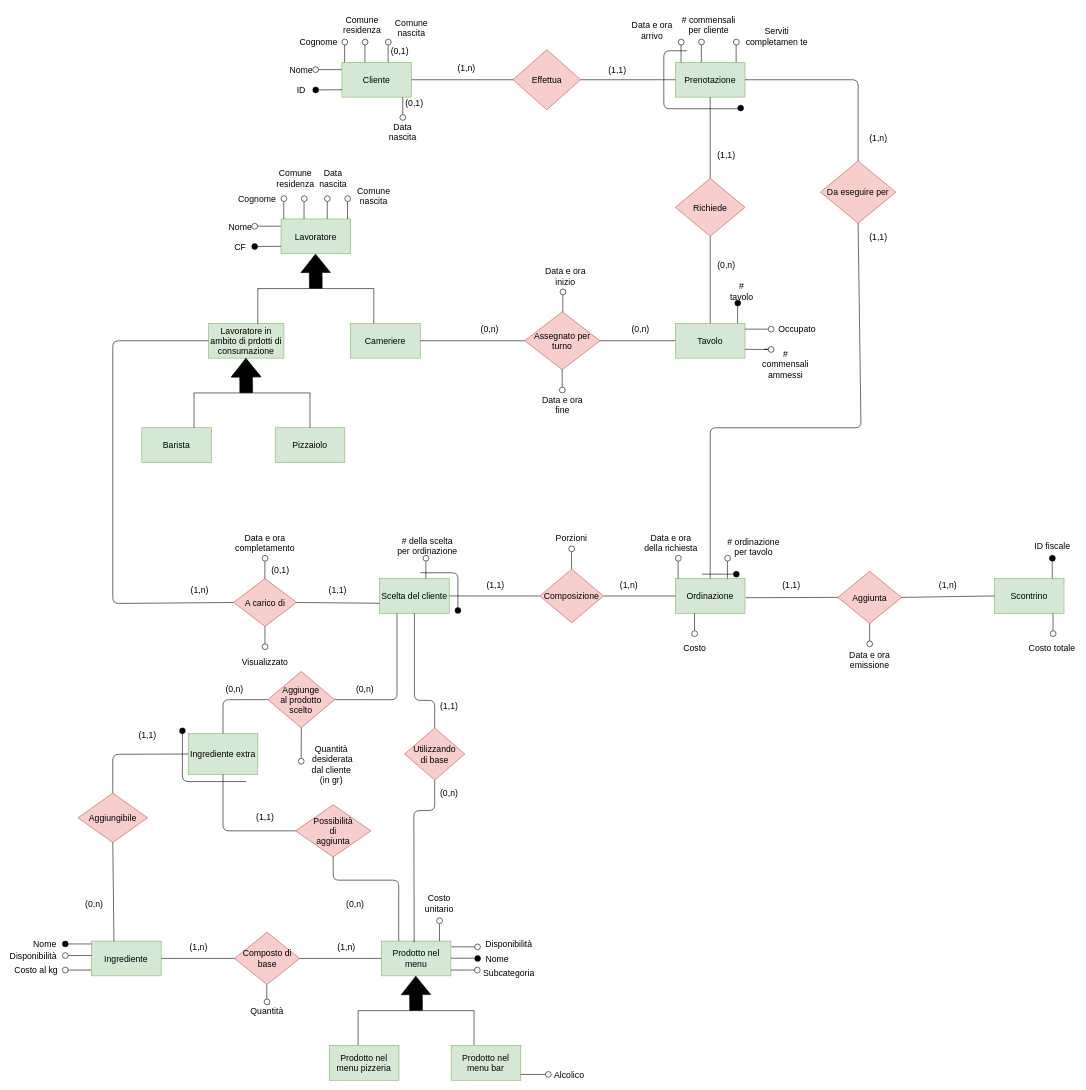
This is ERD/ERD_EditableDiagram.drawio from StefanoBelli/pizzeria, a draw.io file, before an edit. Source tidied: cells renumbered, new cells numbered last; positions are measured from the earlier drawing's top-left corner, leaving out a move shared by most shapes. Both pictures are drawn from the tidied source at 58%, with x=0, y=0 at pixel (10, 19).
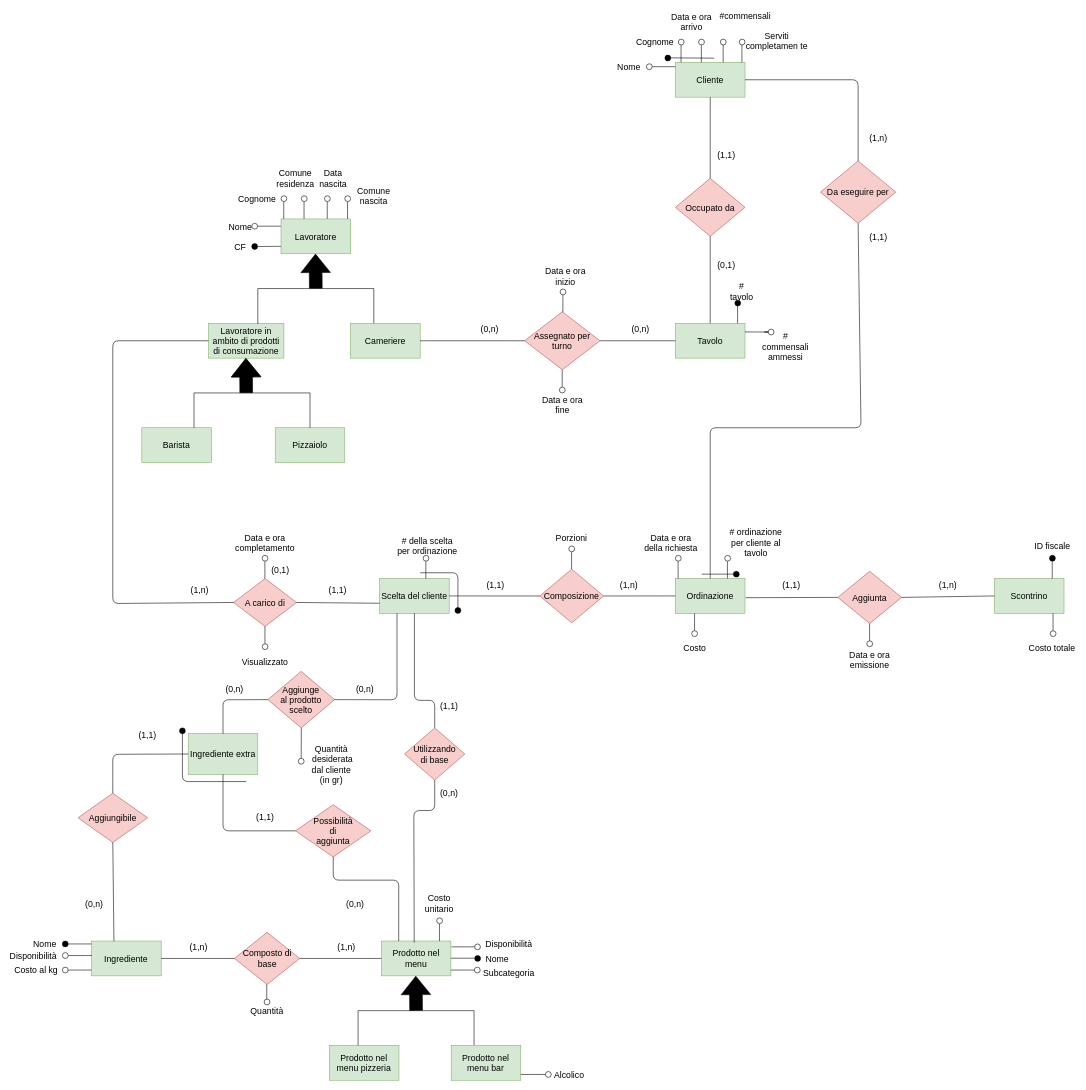
After the change.

What changed in the source:
```diff
@@
-    <mxCell id="2" value="Cliente" style="rounded=0;whiteSpace=wrap;html=1;fontSize=15;fillColor=#d5e8d4;strokeColor=#82b366;" parent="1" vertex="1">
-      <mxGeometry x="572" y="75" width="120" height="60" as="geometry" />
-    </mxCell>
-    <mxCell id="3" value="Effettua" style="rhombus;whiteSpace=wrap;html=1;fontSize=15;fillColor=#f8cecc;strokeColor=#b85450;" parent="1" vertex="1">
-      <mxGeometry x="867" y="53.1" width="116.6" height="103.8" as="geometry" />
-    </mxCell>
-    <mxCell id="4" value="Prenotazione" style="rounded=0;whiteSpace=wrap;html=1;strokeWidth=1;fontSize=15;fillColor=#d5e8d4;strokeColor=#82b366;" parent="1" vertex="1">
+    <mxCell id="4" value="Cliente" style="rounded=0;whiteSpace=wrap;html=1;strokeWidth=1;fontSize=15;fillColor=#d5e8d4;strokeColor=#82b366;" parent="1" vertex="1">
       <mxGeometry x="1147" y="75" width="120" height="60" as="geometry" />
     </mxCell>
-    <mxCell id="5" value="Richiede" style="rhombus;whiteSpace=wrap;html=1;fontSize=15;fillColor=#f8cecc;strokeColor=#b85450;" parent="1" vertex="1">
+    <mxCell id="5" value="Occupato da" style="rhombus;whiteSpace=wrap;html=1;fontSize=15;fillColor=#f8cecc;strokeColor=#b85450;" parent="1" vertex="1">
       <mxGeometry x="1147" y="275" width="120" height="100" as="geometry" />
     </mxCell>
@@
-    <mxCell id="10" value="Lavoratore in ambito di prdotti di consumazione" style="rounded=0;whiteSpace=wrap;html=1;fontSize=15;fillColor=#d5e8d4;strokeColor=#82b366;" parent="1" vertex="1">
+    <mxCell id="10" value="Lavoratore in ambito di prodotti di consumazione" style="rounded=0;whiteSpace=wrap;html=1;fontSize=15;fillColor=#d5e8d4;strokeColor=#82b366;" parent="1" vertex="1">
       <mxGeometry x="342" y="525" width="130" height="60" as="geometry" />
     </mxCell>
@@
-    <mxCell id="13" value="&lt;div&gt;&lt;br&gt;&lt;/div&gt;" style="endArrow=none;html=1;entryX=0;entryY=0.5;entryDx=0;entryDy=0;exitX=1;exitY=0.5;exitDx=0;exitDy=0;" parent="1" edge="1" source="2" target="3">
-      <mxGeometry relative="1" as="geometry" />
-    </mxCell>
-    <mxCell id="14" style="endArrow=none;html=1;entryX=0;entryY=0.5;entryDx=0;entryDy=0;exitX=1;exitY=0.5;exitDx=0;exitDy=0;" parent="1" edge="1" source="3" target="4">
-      <mxGeometry relative="1" as="geometry" />
-    </mxCell>
@@
     <mxCell id="55" style="endArrow=none;html=1;fillColor=#000000;fontSize=15;" parent="1" edge="1">
       <mxGeometry relative="1" as="geometry">
-        <mxPoint x="576.7" y="75" as="sourcePoint" />
-        <mxPoint x="576.7" y="45" as="targetPoint" />
+        <mxPoint x="1156.7" y="75" as="sourcePoint" />
+        <mxPoint x="1156.7" y="45" as="targetPoint" />
       </mxGeometry>
     </mxCell>
     <mxCell id="56" style="ellipse;whiteSpace=wrap;html=1;fontSize=15;" parent="1" vertex="1">
-      <mxGeometry x="572" y="35" width="10" height="10" as="geometry" />
+      <mxGeometry x="1152" y="35" width="10" height="10" as="geometry" />
     </mxCell>
     <mxCell id="57" value="&lt;div style=&quot;font-size: 15px;&quot;&gt;Cognome&lt;/div&gt;" style="text;html=1;strokeColor=none;fillColor=none;align=center;verticalAlign=middle;whiteSpace=wrap;rounded=0;fontSize=15;" parent="1" vertex="1">
-      <mxGeometry x="512" y="30" width="40" height="20" as="geometry" />
+      <mxGeometry x="1092" y="30" width="40" height="20" as="geometry" />
     </mxCell>
-    <mxCell id="58" style="endArrow=none;html=1;fillColor=#000000;fontSize=15;" parent="1" edge="1">
-      <mxGeometry relative="1" as="geometry">
-        <mxPoint x="611.7" y="75" as="sourcePoint" />
-        <mxPoint x="611.7" y="45" as="targetPoint" />
-      </mxGeometry>
-    </mxCell>
-    <mxCell id="59" style="ellipse;whiteSpace=wrap;html=1;fontSize=15;" parent="1" vertex="1">
-      <mxGeometry x="607" y="35" width="10" height="10" as="geometry" />
-    </mxCell>
-    <mxCell id="60" value="Comune residenza" style="text;html=1;strokeColor=none;fillColor=none;align=center;verticalAlign=middle;whiteSpace=wrap;rounded=0;fontSize=15;" parent="1" vertex="1">
-      <mxGeometry x="587" width="40" height="20" as="geometry" />
-    </mxCell>
-    <mxCell id="61" style="endArrow=none;html=1;fillColor=#000000;fontSize=15;" parent="1" edge="1">
-      <mxGeometry relative="1" as="geometry">
-        <mxPoint x="651.7" y="75" as="sourcePoint" />
-        <mxPoint x="651.7" y="45" as="targetPoint" />
-      </mxGeometry>
-    </mxCell>
-    <mxCell id="62" style="ellipse;whiteSpace=wrap;html=1;fontSize=15;" parent="1" vertex="1">
-      <mxGeometry x="647" y="35" width="10" height="10" as="geometry" />
-    </mxCell>
-    <mxCell id="63" value="Comune nascita" style="text;html=1;strokeColor=none;fillColor=none;align=center;verticalAlign=middle;whiteSpace=wrap;rounded=0;fontSize=15;" parent="1" vertex="1">
-      <mxGeometry x="672" y="10" width="40" height="10" as="geometry" />
-    </mxCell>
-    <mxCell id="64" style="endArrow=none;html=1;fillColor=#000000;fontSize=15;" parent="1" edge="1">
-      <mxGeometry relative="1" as="geometry">
-        <mxPoint x="676.9" y="135" as="sourcePoint" />
-        <mxPoint x="677" y="165" as="targetPoint" />
-      </mxGeometry>
-    </mxCell>
-    <mxCell id="65" style="ellipse;whiteSpace=wrap;html=1;fontSize=15;" parent="1" vertex="1">
-      <mxGeometry x="672" y="165" width="10" height="10" as="geometry" />
-    </mxCell>
-    <mxCell id="66" value="Data nascita" style="text;html=1;strokeColor=none;fillColor=none;align=center;verticalAlign=middle;whiteSpace=wrap;rounded=0;fontSize=15;" parent="1" vertex="1">
-      <mxGeometry x="657" y="185" width="40" height="20" as="geometry" />
-    </mxCell>
@@
     <mxCell id="73" style="endArrow=none;html=1;fillColor=#000000;fontSize=15;" parent="1" edge="1">
       <mxGeometry relative="1" as="geometry">
-        <mxPoint x="1156.7" y="75" as="sourcePoint" />
-        <mxPoint x="1156.7" y="45" as="targetPoint" />
+        <mxPoint x="1191.7" y="75" as="sourcePoint" />
+        <mxPoint x="1191.7" y="45" as="targetPoint" />
       </mxGeometry>
     </mxCell>
     <mxCell id="74" style="ellipse;whiteSpace=wrap;html=1;fontSize=15;" parent="1" vertex="1">
-      <mxGeometry x="1152" y="35" width="10" height="10" as="geometry" />
+      <mxGeometry x="1187" y="35" width="10" height="10" as="geometry" />
     </mxCell>
-    <mxCell id="75" value="# commensali per cliente" style="text;html=1;strokeColor=none;fillColor=none;align=center;verticalAlign=middle;whiteSpace=wrap;rounded=0;fontSize=15;" parent="1" vertex="1">
-      <mxGeometry x="1152" width="105" height="20" as="geometry" />
+    <mxCell id="75" value="#commensali" style="text;html=1;strokeColor=none;fillColor=none;align=center;verticalAlign=middle;whiteSpace=wrap;rounded=0;fontSize=15;" parent="1" vertex="1">
+      <mxGeometry x="1214.5" y="-15" width="105" height="20" as="geometry" />
     </mxCell>
     <mxCell id="76" style="endArrow=none;html=1;fillColor=#000000;fontSize=15;" parent="1" edge="1">
       <mxGeometry relative="1" as="geometry">
-        <mxPoint x="1191.7" y="75" as="sourcePoint" />
-        <mxPoint x="1191.7" y="45" as="targetPoint" />
+        <mxPoint x="1229.3" y="75" as="sourcePoint" />
+        <mxPoint x="1229.3" y="45" as="targetPoint" />
       </mxGeometry>
     </mxCell>
     <mxCell id="77" style="ellipse;whiteSpace=wrap;html=1;fontSize=15;" parent="1" vertex="1">
-      <mxGeometry x="1187" y="35" width="10" height="10" as="geometry" />
+      <mxGeometry x="1224.5" y="35" width="10" height="10" as="geometry" />
     </mxCell>
     <mxCell id="78" value="&lt;div&gt;Data e ora arrivo&lt;/div&gt;" style="text;html=1;strokeColor=none;fillColor=none;align=center;verticalAlign=middle;whiteSpace=wrap;rounded=0;fontSize=15;" parent="1" vertex="1">
-      <mxGeometry x="1057" y="10" width="100" height="20" as="geometry" />
+      <mxGeometry x="1124.5" y="-5" width="100" height="20" as="geometry" />
     </mxCell>
@@
-    <mxCell id="97" style="endArrow=none;html=1;fillColor=#000000;entryX=1;entryY=0.5;entryDx=0;entryDy=0;exitX=0.003;exitY=0.828;exitDx=0;exitDy=0;exitPerimeter=0;fontSize=15;" parent="1" edge="1" target="101">
-      <mxGeometry relative="1" as="geometry">
-        <mxPoint x="572.2" y="122.2" as="sourcePoint" />
-      </mxGeometry>
-    </mxCell>
-    <mxCell id="98" style="ellipse;whiteSpace=wrap;html=1;direction=east;fontSize=15;" parent="1" vertex="1">
-      <mxGeometry x="521.8" y="82.5" width="10" height="10" as="geometry" />
-    </mxCell>
-    <mxCell id="99" value="ID" style="text;html=1;strokeColor=none;fillColor=none;align=center;verticalAlign=middle;whiteSpace=wrap;rounded=0;direction=east;fontSize=15;" parent="1" vertex="1">
-      <mxGeometry x="481.8" y="112.5" width="40" height="20" as="geometry" />
-    </mxCell>
-    <mxCell id="100" style="endArrow=none;html=1;fillColor=#000000;entryX=1;entryY=0.5;entryDx=0;entryDy=0;exitX=0;exitY=0.25;exitDx=0;exitDy=0;fontSize=15;" parent="1" edge="1" target="98">
-      <mxGeometry relative="1" as="geometry">
-        <mxPoint x="571.8" y="87.5" as="sourcePoint" />
-      </mxGeometry>
-    </mxCell>
-    <mxCell id="101" style="ellipse;whiteSpace=wrap;html=1;direction=east;fillColor=#000000;fontSize=15;" parent="1" vertex="1">
-      <mxGeometry x="521.8" y="117.5" width="10" height="10" as="geometry" />
-    </mxCell>
-    <mxCell id="102" value="Nome" style="text;html=1;strokeColor=none;fillColor=none;align=center;verticalAlign=middle;whiteSpace=wrap;rounded=0;direction=east;fontSize=15;" parent="1" vertex="1">
-      <mxGeometry x="481.8" y="77.5" width="40" height="20" as="geometry" />
-    </mxCell>
-    <mxCell id="103" style="endArrow=none;html=1;fillColor=#000000;fontSize=15;" parent="1" edge="1" source="124">
-      <mxGeometry relative="1" as="geometry">
-        <mxPoint x="1317" y="535" as="targetPoint" />
-      </mxGeometry>
-    </mxCell>
     <mxCell id="104" style="endArrow=none;html=1;fillColor=#000000;fontSize=15;" parent="1" edge="1" source="126">
       <mxGeometry relative="1" as="geometry">
-        <mxPoint x="1317" y="569.8" as="targetPoint" />
+        <mxPoint x="1317" y="539.8" as="targetPoint" />
         <Array as="points">
-          <mxPoint x="1297" y="569.8" />
+          <mxPoint x="1297" y="539.8" />
         </Array>
       </mxGeometry>
     </mxCell>
@@
-    <mxCell id="108" value="Occupato" style="text;html=1;strokeColor=none;fillColor=none;align=center;verticalAlign=middle;whiteSpace=wrap;rounded=0;fontSize=15;" parent="1" vertex="1">
-      <mxGeometry x="1337" y="525" width="40" height="20" as="geometry" />
-    </mxCell>
     <mxCell id="109" value="# commensali ammessi" style="text;html=1;strokeColor=none;fillColor=none;align=center;verticalAlign=middle;whiteSpace=wrap;rounded=0;fontSize=15;" parent="1" vertex="1">
-      <mxGeometry x="1317" y="585" width="40" height="20" as="geometry" />
+      <mxGeometry x="1317" y="555" width="40" height="20" as="geometry" />
     </mxCell>
@@
-    <mxCell id="124" style="ellipse;whiteSpace=wrap;html=1;fontSize=15;" parent="1" vertex="1">
-      <mxGeometry x="1307" y="530" width="10" height="10" as="geometry" />
-    </mxCell>
-    <mxCell id="125" style="endArrow=none;html=1;fillColor=#000000;fontSize=15;" parent="1" edge="1" target="124">
-      <mxGeometry relative="1" as="geometry">
-        <mxPoint x="1267" y="535" as="sourcePoint" />
-      </mxGeometry>
-    </mxCell>
     <mxCell id="126" style="ellipse;whiteSpace=wrap;html=1;fontSize=15;" parent="1" vertex="1">
-      <mxGeometry x="1307" y="565" width="10" height="10" as="geometry" />
+      <mxGeometry x="1307" y="535" width="10" height="10" as="geometry" />
     </mxCell>
     <mxCell id="127" style="endArrow=none;html=1;fillColor=#000000;fontSize=15;" parent="1" edge="1" target="126">
       <mxGeometry relative="1" as="geometry">
-        <mxPoint x="1267" y="569.8" as="sourcePoint" />
+        <mxPoint x="1267" y="539.8" as="sourcePoint" />
       </mxGeometry>
     </mxCell>
@@
-    <mxCell id="131" style="endArrow=none;html=1;fillColor=#000000;" parent="1" edge="1">
-      <mxGeometry relative="1" as="geometry">
-        <mxPoint x="1255" y="155" as="sourcePoint" />
-        <mxPoint x="1167" y="55" as="targetPoint" />
-        <Array as="points">
-          <mxPoint x="1127" y="155" />
-          <mxPoint x="1127" y="55" />
-        </Array>
-      </mxGeometry>
-    </mxCell>
-    <mxCell id="132" style="ellipse;whiteSpace=wrap;html=1;direction=east;fillColor=#000000;" parent="1" vertex="1">
-      <mxGeometry x="1254.5" y="148.8" width="10" height="10" as="geometry" />
-    </mxCell>
@@
-    <mxCell id="140" value="&lt;div style=&quot;font-size: 15px;&quot;&gt;# ordinazione&lt;/div&gt;&lt;div style=&quot;font-size: 15px;&quot;&gt;per tavolo&lt;br style=&quot;font-size: 15px;&quot;&gt;&lt;/div&gt;" style="text;html=1;strokeColor=none;fillColor=none;align=center;verticalAlign=middle;whiteSpace=wrap;rounded=0;fontSize=15;" parent="1" vertex="1">
-      <mxGeometry x="1217" y="900" width="130" height="20" as="geometry" />
+    <mxCell id="140" value="&lt;div style=&quot;font-size: 15px&quot;&gt;# ordinazione&lt;/div&gt;&lt;div style=&quot;font-size: 15px&quot;&gt;per cliente al tavolo&lt;br style=&quot;font-size: 15px&quot;&gt;&lt;/div&gt;" style="text;html=1;strokeColor=none;fillColor=none;align=center;verticalAlign=middle;whiteSpace=wrap;rounded=0;fontSize=15;" parent="1" vertex="1">
+      <mxGeometry x="1221.4" y="892.5" width="130" height="20" as="geometry" />
     </mxCell>
@@
-    <mxCell id="159" style="edgeStyle=orthogonalEdgeStyle;rounded=0;orthogonalLoop=1;jettySize=auto;html=1;exitX=0.5;exitY=1;exitDx=0;exitDy=0;fillColor=#000000;fontSize=15;" parent="1" edge="1" source="63" target="63">
-      <mxGeometry relative="1" as="geometry" />
-    </mxCell>
-    <mxCell id="160" value="(1,n)" style="text;html=1;strokeColor=none;fillColor=none;align=center;verticalAlign=middle;whiteSpace=wrap;rounded=0;fontSize=15;" parent="1" vertex="1">
-      <mxGeometry x="767" y="75" width="40" height="20" as="geometry" />
-    </mxCell>
-    <mxCell id="161" value="(1,1)" style="text;html=1;strokeColor=none;fillColor=none;align=center;verticalAlign=middle;whiteSpace=wrap;rounded=0;fontSize=15;" parent="1" vertex="1">
-      <mxGeometry x="1027" y="77.5" width="40" height="20" as="geometry" />
-    </mxCell>
@@
-    <mxCell id="163" value="(0,n)" style="text;html=1;strokeColor=none;fillColor=none;align=center;verticalAlign=middle;whiteSpace=wrap;rounded=0;fontSize=15;" parent="1" vertex="1">
+    <mxCell id="163" value="(0,1)" style="text;html=1;strokeColor=none;fillColor=none;align=center;verticalAlign=middle;whiteSpace=wrap;rounded=0;fontSize=15;" parent="1" vertex="1">
       <mxGeometry x="1214.5" y="414.2" width="40" height="20" as="geometry" />
     </mxCell>
@@
-    <mxCell id="181" value="(0,1)" style="text;html=1;strokeColor=none;fillColor=none;align=center;verticalAlign=middle;whiteSpace=wrap;rounded=0;fontSize=15;" parent="1" vertex="1">
-      <mxGeometry x="652" y="45" width="40" height="20" as="geometry" />
-    </mxCell>
-    <mxCell id="182" value="(0,1)" style="text;html=1;strokeColor=none;fillColor=none;align=center;verticalAlign=middle;whiteSpace=wrap;rounded=0;fontSize=15;" parent="1" vertex="1">
-      <mxGeometry x="677" y="135" width="40" height="20" as="geometry" />
-    </mxCell>
@@
     <mxCell id="222" style="endArrow=none;html=1;fillColor=#000000;fontSize=15;" parent="1" edge="1">
       <mxGeometry relative="1" as="geometry">
-        <mxPoint x="1251.7" y="75" as="sourcePoint" />
-        <mxPoint x="1251.7" y="45" as="targetPoint" />
+        <mxPoint x="1261.7" y="75" as="sourcePoint" />
+        <mxPoint x="1261.7" y="45" as="targetPoint" />
       </mxGeometry>
     </mxCell>
     <mxCell id="223" style="ellipse;whiteSpace=wrap;html=1;fontSize=15;" parent="1" vertex="1">
-      <mxGeometry x="1247" y="35" width="10" height="10" as="geometry" />
+      <mxGeometry x="1257" y="35" width="10" height="10" as="geometry" />
     </mxCell>
     <mxCell id="224" value="&lt;font style=&quot;font-size: 15px&quot;&gt;Serviti completamen te&lt;/font&gt;" style="text;html=1;strokeColor=none;fillColor=none;align=center;verticalAlign=middle;whiteSpace=wrap;rounded=0;" parent="1" vertex="1">
-      <mxGeometry x="1267" y="20" width="110" height="20" as="geometry" />
+      <mxGeometry x="1267" y="28.1" width="110" height="20" as="geometry" />
     </mxCell>
@@
+    <mxCell id="227" style="ellipse;whiteSpace=wrap;html=1;direction=east;fontSize=15;" parent="1" vertex="1">
+      <mxGeometry x="1097" y="77.5" width="10" height="10" as="geometry" />
+    </mxCell>
+    <mxCell id="228" style="endArrow=none;html=1;fillColor=#000000;entryX=1;entryY=0.5;entryDx=0;entryDy=0;exitX=0;exitY=0.25;exitDx=0;exitDy=0;fontSize=15;" parent="1" edge="1" target="227">
+      <mxGeometry relative="1" as="geometry">
+        <mxPoint x="1147" y="82.5" as="sourcePoint" />
+      </mxGeometry>
+    </mxCell>
+    <mxCell id="102" value="Nome" style="text;html=1;strokeColor=none;fillColor=none;align=center;verticalAlign=middle;whiteSpace=wrap;rounded=0;direction=east;fontSize=15;" parent="1" vertex="1">
+      <mxGeometry x="1047" y="72.5" width="40" height="20" as="geometry" />
+    </mxCell>
+    <mxCell id="229" style="endArrow=none;html=1;" parent="1" edge="1">
+      <mxGeometry relative="1" as="geometry">
+        <mxPoint x="1135.1" y="67.2" as="sourcePoint" />
+        <mxPoint x="1213.9" y="67.8" as="targetPoint" />
+      </mxGeometry>
+    </mxCell>
+    <mxCell id="230" style="ellipse;whiteSpace=wrap;html=1;direction=east;fillColor=#000000;fontSize=15;" parent="1" vertex="1">
+      <mxGeometry x="1128.9" y="62.5" width="10" height="10" as="geometry" />
+    </mxCell>
```
